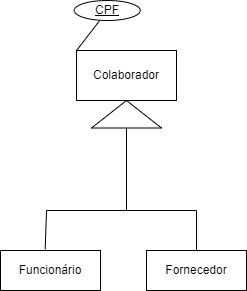
This is Database Diagram.drawio.png from ivanalves-t/DataBaseMER, a draw.io export, as it was before one commit. Source tidied: cells renumbered, new cells last; positions are measured from the earlier drawing's top-left corner, leaving out a move shared by most shapes.
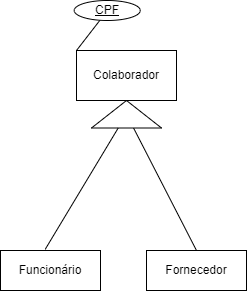
After the change.

Commit message:
Herança finalizado

What changed in the source:
```diff
@@ -14,32 +14,17 @@
     <mxCell id="5" value="&lt;u&gt;CPF&lt;/u&gt;" style="ellipse;whiteSpace=wrap;html=1;align=center;" parent="1" vertex="1">
       <mxGeometry x="73.8" width="66" height="20" as="geometry" />
     </mxCell>
-    <mxCell id="6" style="endArrow=none;html=1;rounded=0;exitX=0;exitY=0.5;exitDx=0;exitDy=0;" parent="1" edge="1" source="2">
-      <mxGeometry relative="1" as="geometry">
-        <mxPoint x="126" y="210" as="targetPoint" />
-      </mxGeometry>
-    </mxCell>
     <mxCell id="7" value="Funcionário" style="whiteSpace=wrap;html=1;align=center;" parent="1" vertex="1">
       <mxGeometry y="250" width="100" height="40" as="geometry" />
     </mxCell>
     <mxCell id="8" value="Fornecedor" style="whiteSpace=wrap;html=1;align=center;" parent="1" vertex="1">
       <mxGeometry x="146" y="250" width="100" height="40" as="geometry" />
     </mxCell>
-    <mxCell id="9" style="endArrow=none;html=1;rounded=0;entryX=0.447;entryY=-0.029;entryDx=0;entryDy=0;entryPerimeter=0;" parent="1" edge="1" target="7">
-      <mxGeometry relative="1" as="geometry">
-        <mxPoint x="46" y="210" as="sourcePoint" />
-      </mxGeometry>
+    <mxCell id="9" style="endArrow=none;html=1;rounded=0;entryX=0.447;entryY=-0.029;entryDx=0;entryDy=0;entryPerimeter=0;" parent="1" edge="1" source="2" target="7">
+      <mxGeometry relative="1" as="geometry" />
     </mxCell>
-    <mxCell id="10" style="endArrow=none;html=1;rounded=0;entryX=0.5;entryY=0;entryDx=0;entryDy=0;" parent="1" edge="1" target="8">
-      <mxGeometry relative="1" as="geometry">
-        <mxPoint x="196" y="210" as="sourcePoint" />
-      </mxGeometry>
+    <mxCell id="10" style="endArrow=none;html=1;rounded=0;entryX=0.5;entryY=0;entryDx=0;entryDy=0;" parent="1" edge="1" source="2" target="8">
+      <mxGeometry relative="1" as="geometry" />
     </mxCell>
-    <mxCell id="11" style="endArrow=none;html=1;rounded=0;" parent="1" edge="1">
-      <mxGeometry relative="1" as="geometry">
-        <mxPoint x="46" y="210" as="sourcePoint" />
-        <mxPoint x="196" y="210" as="targetPoint" />
-      </mxGeometry>
-    </mxCell>
   </root>
 </mxGraphModel>
```
